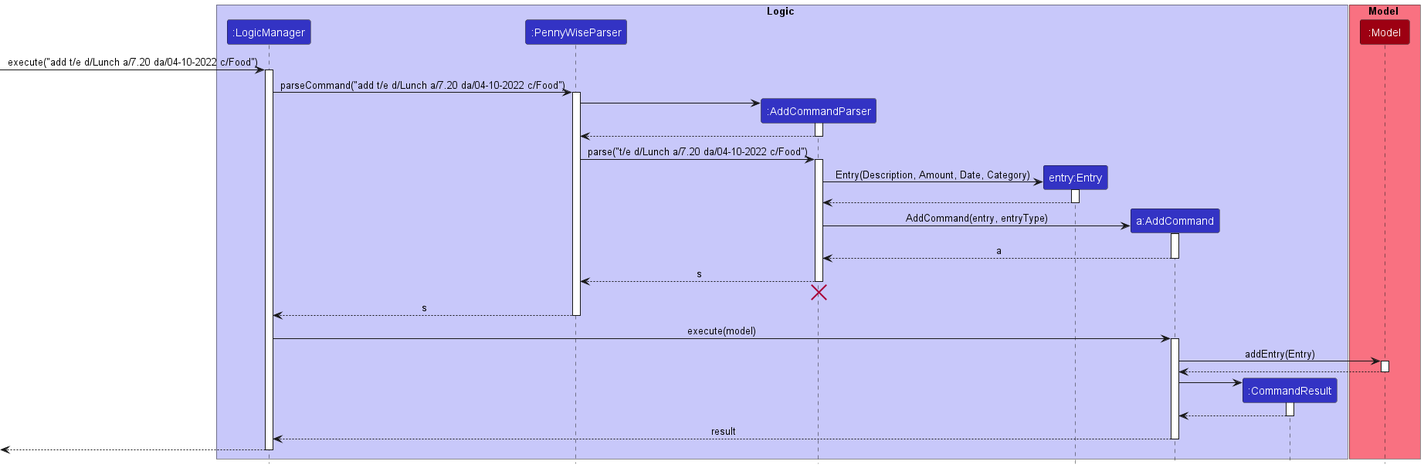
This is docs/images/AddSequenceDiagram.png from nus-cs2103-AY2223S1/tp, a PlantUML export, as it was before one commit.
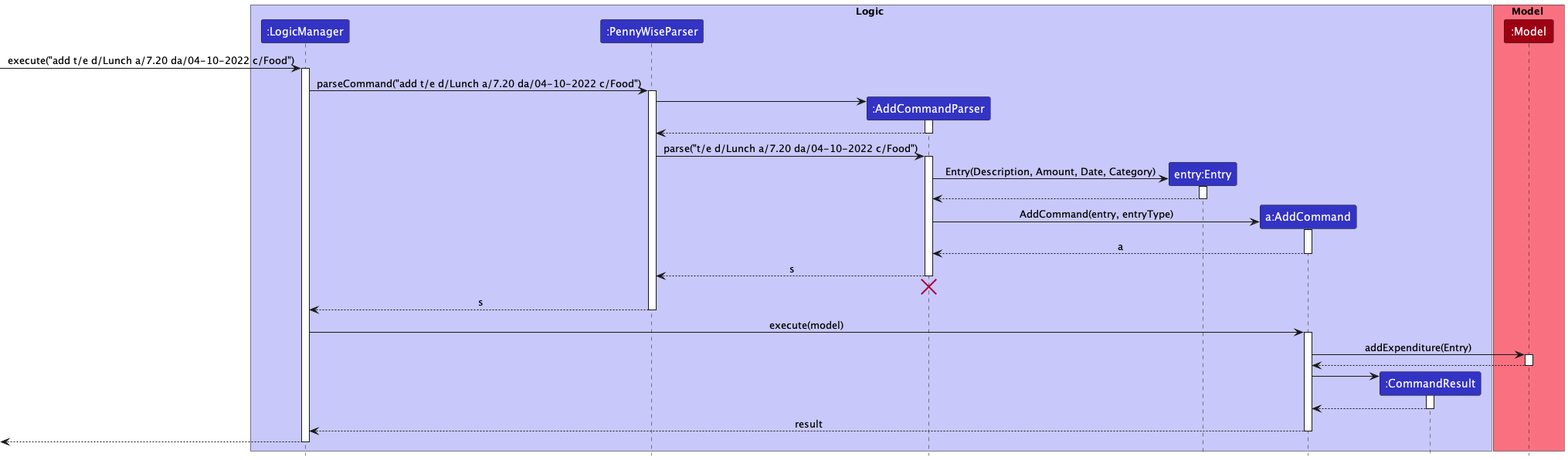
The same file after the commit.

Diff of the diagram source:
```diff
@@ -55,7 +55,7 @@
 LogicManager -> AddCommand : execute(model)
 activate AddCommand
 
-AddCommand -> Model : addEntry(Entry)
+AddCommand -> Model : addExpenditure(Entry)
 activate Model
 
 Model --> AddCommand
```
